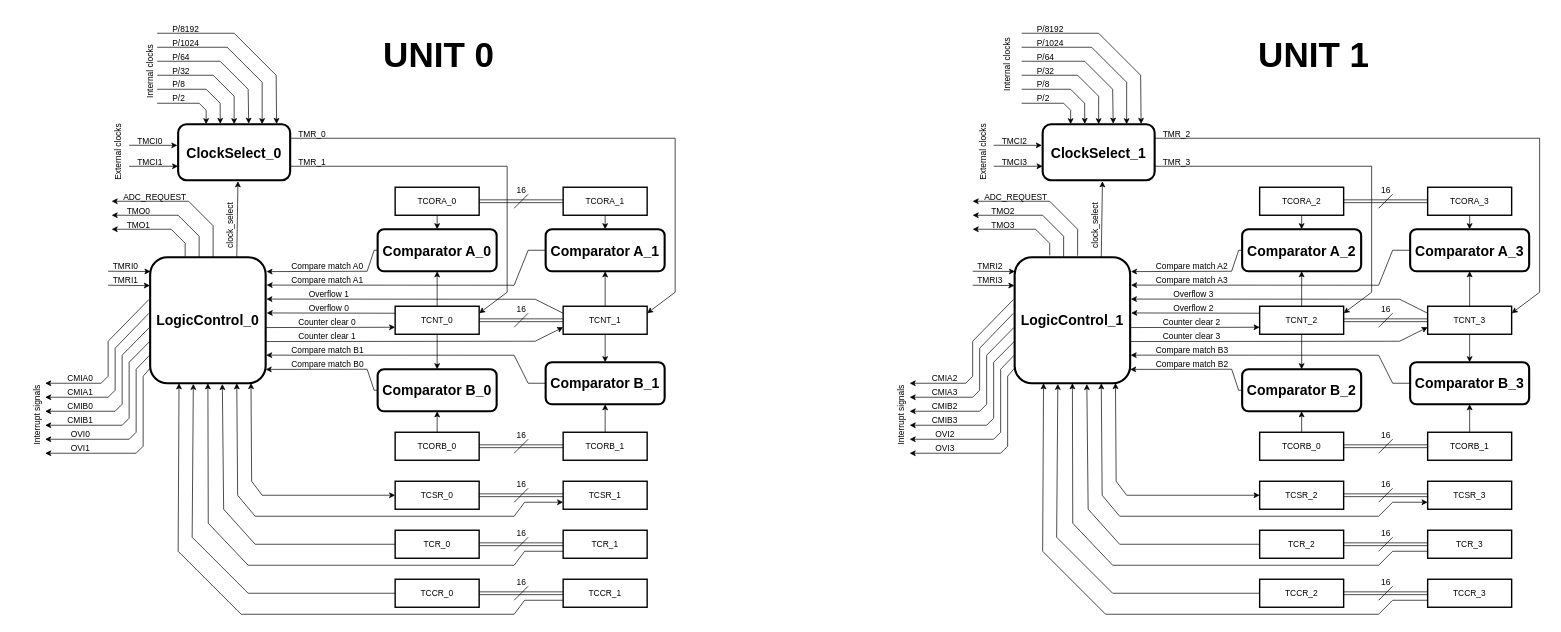
Earlier version of the draw.io diagram 8bit_Timer.drawio (phat-tech123/8-bit-Timer). Source tidied: cells renumbered, new cells numbered last; positions are measured from the earlier drawing's top-left corner, leaving out a move shared by most shapes. Both pictures are drawn from the tidied source at 70%, with x=0, y=0 at pixel (-1, 12).
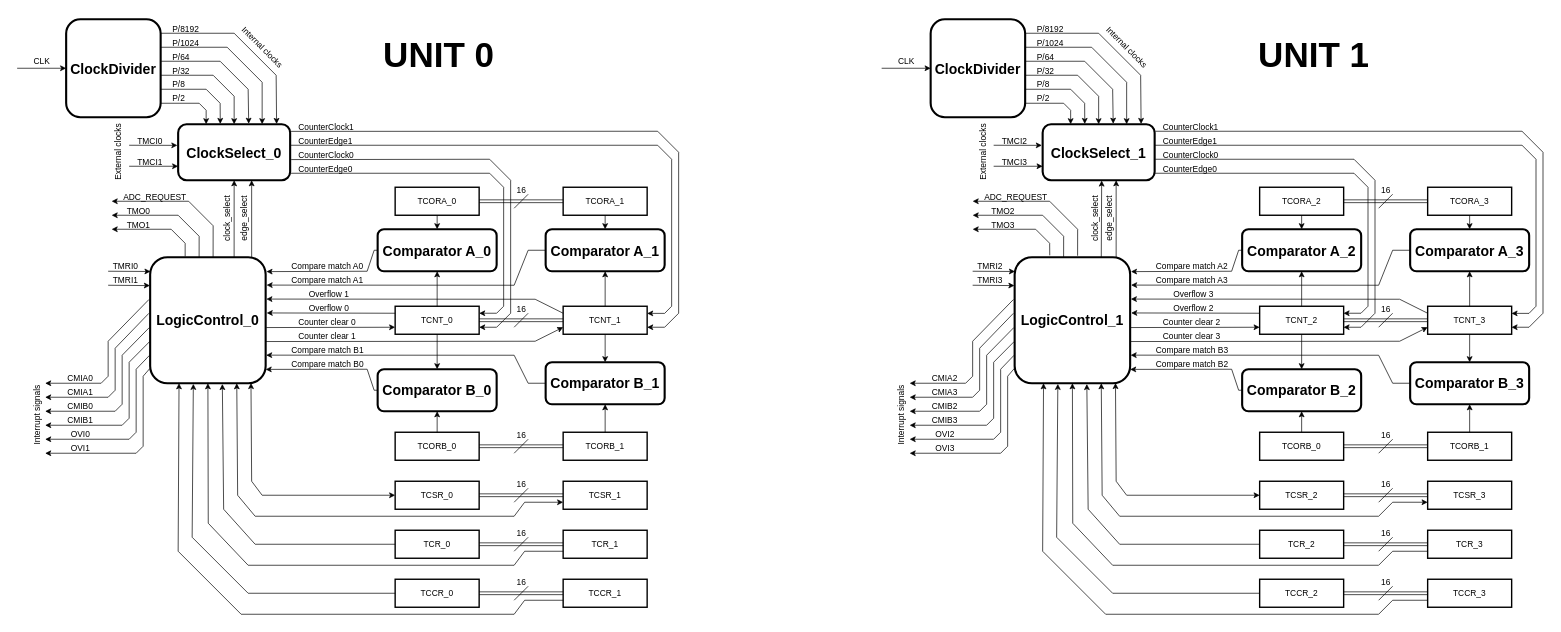
The same page after the edit.

The change refers to these unchanged cells:
```xml
<mxCell id="2" value="&lt;font style=&quot;font-size: 20px;&quot;&gt;&lt;span&gt;ClockSelect_0&lt;/span&gt;&lt;/font&gt;" style="rounded=1;whiteSpace=wrap;html=1;fontStyle=1;strokeWidth=3;" parent="1" vertex="1">
  <mxGeometry x="255" y="160" width="160" height="80" as="geometry" />
</mxCell>
<mxCell id="3" value="&lt;font style=&quot;font-size: 20px;&quot;&gt;LogicControl_0&lt;/font&gt;" style="rounded=1;whiteSpace=wrap;html=1;strokeWidth=3;fontStyle=1;" parent="1" vertex="1">
  <mxGeometry x="215" y="350" width="165" height="180" as="geometry" />
</mxCell>
<mxCell id="10" value="TCNT_0" style="rounded=0;whiteSpace=wrap;html=1;strokeWidth=2;" parent="1" vertex="1">
  <mxGeometry x="565" y="420" width="120" height="40" as="geometry" />
</mxCell>
<mxCell id="11" value="TCNT_1" style="rounded=0;whiteSpace=wrap;html=1;strokeWidth=2;" parent="1" vertex="1">
  <mxGeometry x="805" y="420" width="120" height="40" as="geometry" />
</mxCell>
<mxCell id="102" value="&lt;font style=&quot;font-size: 20px;&quot;&gt;&lt;span&gt;ClockSelect_1&lt;/span&gt;&lt;/font&gt;" style="rounded=1;whiteSpace=wrap;html=1;fontStyle=1;strokeWidth=3;" parent="1" vertex="1">
  <mxGeometry x="1490" y="160" width="160" height="80" as="geometry" />
</mxCell>
<mxCell id="103" value="&lt;font style=&quot;font-size: 20px;&quot;&gt;LogicControl_1&lt;/font&gt;" style="rounded=1;whiteSpace=wrap;html=1;strokeWidth=3;fontStyle=1;" parent="1" vertex="1">
  <mxGeometry x="1450" y="350" width="165" height="180" as="geometry" />
</mxCell>
<mxCell id="110" value="TCNT_2" style="rounded=0;whiteSpace=wrap;html=1;strokeWidth=2;" parent="1" vertex="1">
  <mxGeometry x="1800" y="420" width="120" height="40" as="geometry" />
</mxCell>
<mxCell id="111" value="TCNT_3" style="rounded=0;whiteSpace=wrap;html=1;strokeWidth=2;" parent="1" vertex="1">
  <mxGeometry x="2040" y="420" width="120" height="40" as="geometry" />
</mxCell>
```

What changed in the source:
```diff
@@
-    <mxCell id="65" style="endArrow=classic;html=1;rounded=0;exitX=0.75;exitY=0;exitDx=0;exitDy=0;entryX=0.534;entryY=1.018;entryDx=0;entryDy=0;entryPerimeter=0;" parent="1" edge="1" source="3" target="2">
+    <mxCell id="65" style="endArrow=classic;html=1;rounded=0;exitX=0.727;exitY=0;exitDx=0;exitDy=0;entryX=0.5;entryY=1;entryDx=0;entryDy=0;exitPerimeter=0;" parent="1" edge="1" source="3" target="2">
       <mxGeometry relative="1" as="geometry" />
     </mxCell>
-    <mxCell id="66" style="endArrow=classic;html=1;rounded=0;exitX=1;exitY=0.75;exitDx=0;exitDy=0;entryX=1;entryY=0.25;entryDx=0;entryDy=0;" parent="1" edge="1" source="2" target="10">
+    <mxCell id="66" style="endArrow=classic;html=1;rounded=0;exitX=1.009;exitY=0.631;exitDx=0;exitDy=0;entryX=1;entryY=0.75;entryDx=0;entryDy=0;exitPerimeter=0;" parent="1" edge="1" source="2" target="10">
       <mxGeometry relative="1" as="geometry">
         <Array as="points">
-          <mxPoint x="725" y="220" />
-          <mxPoint x="725" y="400" />
+          <mxPoint x="700" y="210" />
+          <mxPoint x="730" y="240" />
+          <mxPoint x="730" y="430" />
+          <mxPoint x="710" y="450" />
         </Array>
       </mxGeometry>
     </mxCell>
-    <mxCell id="67" style="endArrow=classic;html=1;rounded=0;exitX=1;exitY=0.25;exitDx=0;exitDy=0;entryX=1;entryY=0.25;entryDx=0;entryDy=0;" parent="1" edge="1" source="2" target="11">
+    <mxCell id="67" style="endArrow=classic;html=1;rounded=0;exitX=1.005;exitY=0.127;exitDx=0;exitDy=0;entryX=1;entryY=0.75;entryDx=0;entryDy=0;exitPerimeter=0;" parent="1" edge="1" source="2" target="11">
       <mxGeometry relative="1" as="geometry">
         <Array as="points">
-          <mxPoint x="965" y="180" />
-          <mxPoint x="965" y="400" />
+          <mxPoint x="940" y="170" />
+          <mxPoint x="970" y="200" />
+          <mxPoint x="970" y="430" />
+          <mxPoint x="950" y="450" />
         </Array>
       </mxGeometry>
     </mxCell>
@@
-    <mxCell id="69" value="Internal clocks" style="text;html=1;align=center;verticalAlign=middle;strokeColor=none;fillColor=none;rotation=-90;" parent="1" vertex="1">
-      <mxGeometry x="165" y="70" width="100" height="30" as="geometry" />
-    </mxCell>
     <mxCell id="70" value="clock_select" style="text;html=1;align=center;verticalAlign=middle;strokeColor=none;fillColor=none;rotation=-90;" parent="1" vertex="1">
-      <mxGeometry x="285" y="290" width="90" height="30" as="geometry" />
+      <mxGeometry x="280" y="280" width="90" height="30" as="geometry" />
     </mxCell>
@@
-    <mxCell id="165" style="endArrow=classic;html=1;rounded=0;exitX=0.75;exitY=0;exitDx=0;exitDy=0;entryX=0.534;entryY=1.018;entryDx=0;entryDy=0;entryPerimeter=0;" parent="1" edge="1" source="103" target="102">
+    <mxCell id="165" style="endArrow=classic;html=1;rounded=0;exitX=0.75;exitY=0;exitDx=0;exitDy=0;entryX=0.527;entryY=1.005;entryDx=0;entryDy=0;entryPerimeter=0;" parent="1" edge="1" source="103" target="102">
       <mxGeometry relative="1" as="geometry" />
     </mxCell>
-    <mxCell id="166" style="endArrow=classic;html=1;rounded=0;exitX=1;exitY=0.75;exitDx=0;exitDy=0;entryX=1;entryY=0.25;entryDx=0;entryDy=0;" parent="1" edge="1" source="102" target="110">
-      <mxGeometry relative="1" as="geometry">
-        <Array as="points">
-          <mxPoint x="1960" y="220" />
-          <mxPoint x="1960" y="400" />
-        </Array>
-      </mxGeometry>
-    </mxCell>
-    <mxCell id="167" style="endArrow=classic;html=1;rounded=0;exitX=1;exitY=0.25;exitDx=0;exitDy=0;entryX=1;entryY=0.25;entryDx=0;entryDy=0;" parent="1" edge="1" source="102" target="111">
-      <mxGeometry relative="1" as="geometry">
-        <Array as="points">
-          <mxPoint x="2200" y="180" />
-          <mxPoint x="2200" y="400" />
-        </Array>
-      </mxGeometry>
-    </mxCell>
@@
-    <mxCell id="169" value="Internal clocks" style="text;html=1;align=center;verticalAlign=middle;strokeColor=none;fillColor=none;rotation=-90;" parent="1" vertex="1">
-      <mxGeometry x="1390" y="60" width="100" height="30" as="geometry" />
-    </mxCell>
     <mxCell id="170" value="clock_select" style="text;html=1;align=center;verticalAlign=middle;strokeColor=none;fillColor=none;rotation=-90;" parent="1" vertex="1">
-      <mxGeometry x="1520" y="290" width="90" height="30" as="geometry" />
+      <mxGeometry x="1520" y="280" width="90" height="30" as="geometry" />
     </mxCell>
@@
-    <mxCell id="226" value="TMR_0&#10;" style="text;whiteSpace=wrap;" parent="1" vertex="1">
-      <mxGeometry x="425" y="160" width="70" height="40" as="geometry" />
-    </mxCell>
-    <mxCell id="227" value="TMR_1&#10;" style="text;whiteSpace=wrap;" parent="1" vertex="1">
-      <mxGeometry x="425" y="200" width="70" height="40" as="geometry" />
-    </mxCell>
-    <mxCell id="228" value="TMR_2&#10;" style="text;whiteSpace=wrap;" parent="1" vertex="1">
-      <mxGeometry x="1660" y="160" width="70" height="40" as="geometry" />
-    </mxCell>
-    <mxCell id="229" value="TMR_3&#10;" style="text;whiteSpace=wrap;" parent="1" vertex="1">
-      <mxGeometry x="1660" y="200" width="70" height="40" as="geometry" />
-    </mxCell>
+    <mxCell id="230" style="endArrow=classic;html=1;rounded=0;exitX=0.879;exitY=0;exitDx=0;exitDy=0;exitPerimeter=0;" parent="1" edge="1" source="3">
+      <mxGeometry relative="1" as="geometry">
+        <mxPoint x="360" y="240" as="targetPoint" />
+      </mxGeometry>
+    </mxCell>
+    <mxCell id="231" value="edge_select" style="text;html=1;align=center;verticalAlign=middle;strokeColor=none;fillColor=none;rotation=-90;" parent="1" vertex="1">
+      <mxGeometry x="305" y="280" width="90" height="30" as="geometry" />
+    </mxCell>
+    <mxCell id="232" style="endArrow=classic;html=1;rounded=0;exitX=0.879;exitY=0;exitDx=0;exitDy=0;exitPerimeter=0;" parent="1" edge="1">
+      <mxGeometry relative="1" as="geometry">
+        <mxPoint x="1595" y="350" as="sourcePoint" />
+        <mxPoint x="1595" y="240" as="targetPoint" />
+      </mxGeometry>
+    </mxCell>
+    <mxCell id="233" value="edge_select" style="text;html=1;align=center;verticalAlign=middle;strokeColor=none;fillColor=none;rotation=-90;" parent="1" vertex="1">
+      <mxGeometry x="1540" y="280" width="90" height="30" as="geometry" />
+    </mxCell>
+    <mxCell id="234" value="CounterEdge0" style="text;whiteSpace=wrap;" parent="1" vertex="1">
+      <mxGeometry x="425" y="210" width="70" height="40" as="geometry" />
+    </mxCell>
+    <mxCell id="235" style="endArrow=classic;html=1;rounded=0;exitX=1.004;exitY=0.875;exitDx=0;exitDy=0;exitPerimeter=0;entryX=1;entryY=0.25;entryDx=0;entryDy=0;" parent="1" edge="1" source="2" target="10">
+      <mxGeometry relative="1" as="geometry">
+        <Array as="points">
+          <mxPoint x="700" y="230" />
+          <mxPoint x="720" y="250" />
+          <mxPoint x="720" y="420" />
+          <mxPoint x="710" y="430" />
+        </Array>
+      </mxGeometry>
+    </mxCell>
+    <mxCell id="236" style="endArrow=classic;html=1;rounded=0;entryX=1;entryY=0.25;entryDx=0;entryDy=0;exitX=1.001;exitY=0.373;exitDx=0;exitDy=0;exitPerimeter=0;" parent="1" edge="1">
+      <mxGeometry relative="1" as="geometry">
+        <mxPoint x="415.2" y="190" as="sourcePoint" />
+        <mxPoint x="925" y="430.2" as="targetPoint" />
+        <Array as="points">
+          <mxPoint x="940" y="190" />
+          <mxPoint x="960" y="210" />
+          <mxPoint x="960" y="420" />
+          <mxPoint x="950" y="430.2" />
+        </Array>
+      </mxGeometry>
+    </mxCell>
+    <mxCell id="237" value="CounterClock0" style="text;whiteSpace=wrap;" parent="1" vertex="1">
+      <mxGeometry x="425" y="190" width="70" height="40" as="geometry" />
+    </mxCell>
+    <mxCell id="238" value="CounterEdge1" style="text;whiteSpace=wrap;" parent="1" vertex="1">
+      <mxGeometry x="425" y="170" width="70" height="40" as="geometry" />
+    </mxCell>
+    <mxCell id="239" value="CounterClock1" style="text;whiteSpace=wrap;" parent="1" vertex="1">
+      <mxGeometry x="425" y="150" width="70" height="40" as="geometry" />
+    </mxCell>
+    <mxCell id="240" style="endArrow=classic;html=1;rounded=0;exitX=1.009;exitY=0.631;exitDx=0;exitDy=0;entryX=1;entryY=0.75;entryDx=0;entryDy=0;exitPerimeter=0;" parent="1" edge="1">
+      <mxGeometry relative="1" as="geometry">
+        <mxPoint x="1650.8" y="210" as="sourcePoint" />
+        <mxPoint x="1919.8" y="450" as="targetPoint" />
+        <Array as="points">
+          <mxPoint x="1934.8" y="210" />
+          <mxPoint x="1964.8" y="240" />
+          <mxPoint x="1964.8" y="430" />
+          <mxPoint x="1944.8" y="450" />
+        </Array>
+      </mxGeometry>
+    </mxCell>
+    <mxCell id="241" style="endArrow=classic;html=1;rounded=0;exitX=1.005;exitY=0.127;exitDx=0;exitDy=0;entryX=1;entryY=0.75;entryDx=0;entryDy=0;exitPerimeter=0;" parent="1" edge="1">
+      <mxGeometry relative="1" as="geometry">
+        <mxPoint x="1650.8" y="170" as="sourcePoint" />
+        <mxPoint x="2159.8" y="450" as="targetPoint" />
+        <Array as="points">
+          <mxPoint x="2174.8" y="170" />
+          <mxPoint x="2204.8" y="200" />
+          <mxPoint x="2204.8" y="430" />
+          <mxPoint x="2184.8" y="450" />
+        </Array>
+      </mxGeometry>
+    </mxCell>
+    <mxCell id="242" value="CounterEdge0" style="text;whiteSpace=wrap;" parent="1" vertex="1">
+      <mxGeometry x="1659.8" y="210" width="70" height="40" as="geometry" />
+    </mxCell>
+    <mxCell id="243" style="endArrow=classic;html=1;rounded=0;entryX=1;entryY=0.25;entryDx=0;entryDy=0;" parent="1" edge="1">
+      <mxGeometry relative="1" as="geometry">
+        <mxPoint x="1650" y="230" as="sourcePoint" />
+        <mxPoint x="1919.8" y="430" as="targetPoint" />
+        <Array as="points">
+          <mxPoint x="1934.8" y="230" />
+          <mxPoint x="1954.8" y="250" />
+          <mxPoint x="1954.8" y="420" />
+          <mxPoint x="1944.8" y="430" />
+        </Array>
+      </mxGeometry>
+    </mxCell>
+    <mxCell id="244" style="endArrow=classic;html=1;rounded=0;entryX=1;entryY=0.25;entryDx=0;entryDy=0;exitX=1.001;exitY=0.373;exitDx=0;exitDy=0;exitPerimeter=0;" parent="1" edge="1">
+      <mxGeometry relative="1" as="geometry">
+        <mxPoint x="1650" y="190" as="sourcePoint" />
+        <mxPoint x="2159.8" y="430.2" as="targetPoint" />
+        <Array as="points">
+          <mxPoint x="2174.8" y="190" />
+          <mxPoint x="2194.8" y="210" />
+          <mxPoint x="2194.8" y="420" />
+          <mxPoint x="2184.8" y="430.2" />
+        </Array>
+      </mxGeometry>
+    </mxCell>
+    <mxCell id="245" value="CounterClock0" style="text;whiteSpace=wrap;" parent="1" vertex="1">
+      <mxGeometry x="1659.8" y="190" width="70" height="40" as="geometry" />
+    </mxCell>
+    <mxCell id="246" value="CounterEdge1" style="text;whiteSpace=wrap;" parent="1" vertex="1">
+      <mxGeometry x="1659.8" y="170" width="70" height="40" as="geometry" />
+    </mxCell>
+    <mxCell id="247" value="CounterClock1" style="text;whiteSpace=wrap;" parent="1" vertex="1">
+      <mxGeometry x="1659.8" y="150" width="70" height="40" as="geometry" />
+    </mxCell>
+    <mxCell id="248" value="&lt;font style=&quot;font-size: 20px;&quot;&gt;&lt;span&gt;ClockDivider&lt;/span&gt;&lt;/font&gt;" style="rounded=1;whiteSpace=wrap;html=1;fontStyle=1;strokeWidth=3;" parent="1" vertex="1">
+      <mxGeometry x="95" y="10" width="135" height="140" as="geometry" />
+    </mxCell>
+    <mxCell id="249" value="CLK" style="text;html=1;align=center;verticalAlign=middle;strokeColor=none;fillColor=none;rotation=0;" parent="1" vertex="1">
+      <mxGeometry x="1270" y="55" width="50" height="30" as="geometry" />
+    </mxCell>
+    <mxCell id="250" value="&lt;font style=&quot;font-size: 20px;&quot;&gt;&lt;span&gt;ClockDivider&lt;/span&gt;&lt;/font&gt;" style="rounded=1;whiteSpace=wrap;html=1;fontStyle=1;strokeWidth=3;" parent="1" vertex="1">
+      <mxGeometry x="1330" y="10" width="135" height="140" as="geometry" />
+    </mxCell>
+    <mxCell id="251" style="endArrow=classic;html=1;rounded=0;entryX=0;entryY=0.5;entryDx=0;entryDy=0;" parent="1" edge="1" target="250">
+      <mxGeometry relative="1" as="geometry">
+        <mxPoint x="1260" y="80" as="sourcePoint" />
+      </mxGeometry>
+    </mxCell>
+    <mxCell id="252" value="Internal clocks" style="text;html=1;align=center;verticalAlign=middle;strokeColor=none;fillColor=none;rotation=45;" parent="1" vertex="1">
+      <mxGeometry x="325" y="35" width="100" height="30" as="geometry" />
+    </mxCell>
+    <mxCell id="253" value="CLK" style="text;html=1;align=center;verticalAlign=middle;strokeColor=none;fillColor=none;rotation=0;" parent="1" vertex="1">
+      <mxGeometry x="35" y="55" width="50" height="30" as="geometry" />
+    </mxCell>
+    <mxCell id="254" style="endArrow=classic;html=1;rounded=0;entryX=0;entryY=0.5;entryDx=0;entryDy=0;" parent="1" edge="1" target="248">
+      <mxGeometry relative="1" as="geometry">
+        <mxPoint x="25" y="80" as="sourcePoint" />
+      </mxGeometry>
+    </mxCell>
+    <mxCell id="255" value="Internal clocks" style="text;html=1;align=center;verticalAlign=middle;strokeColor=none;fillColor=none;rotation=45;" parent="1" vertex="1">
+      <mxGeometry x="1560" y="35" width="100" height="30" as="geometry" />
+    </mxCell>
```
